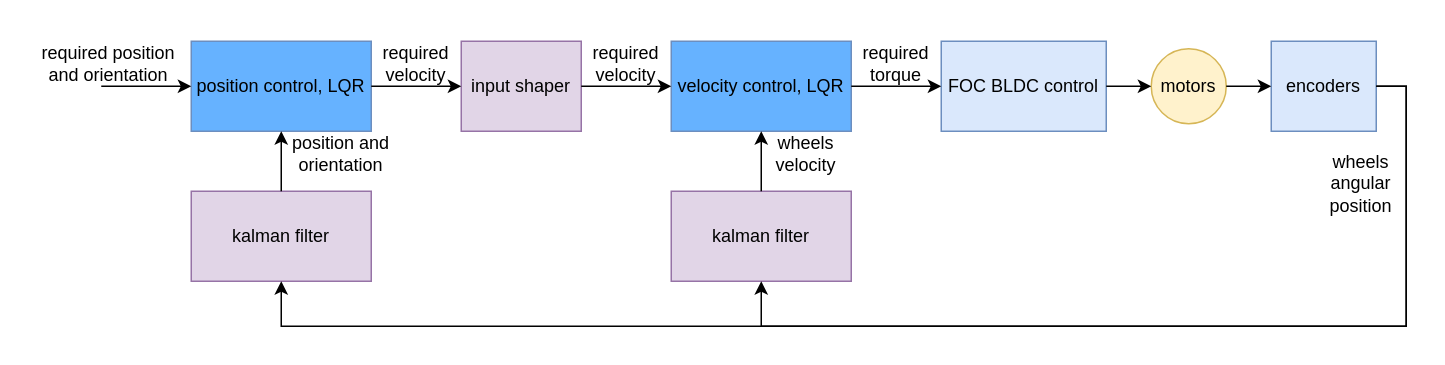
Earlier version of the draw.io diagram page "overview" (7 of 7) of doc/diagrams/control.drawio (michalnand/motoko_ice_dragon). Source tidied: cells renumbered, new cells numbered last; positions are measured from the earlier drawing's top-left corner, leaving out a move shared by most shapes. Both pictures are drawn from the tidied source at 150%, with x=0, y=0 at pixel (26, 40).
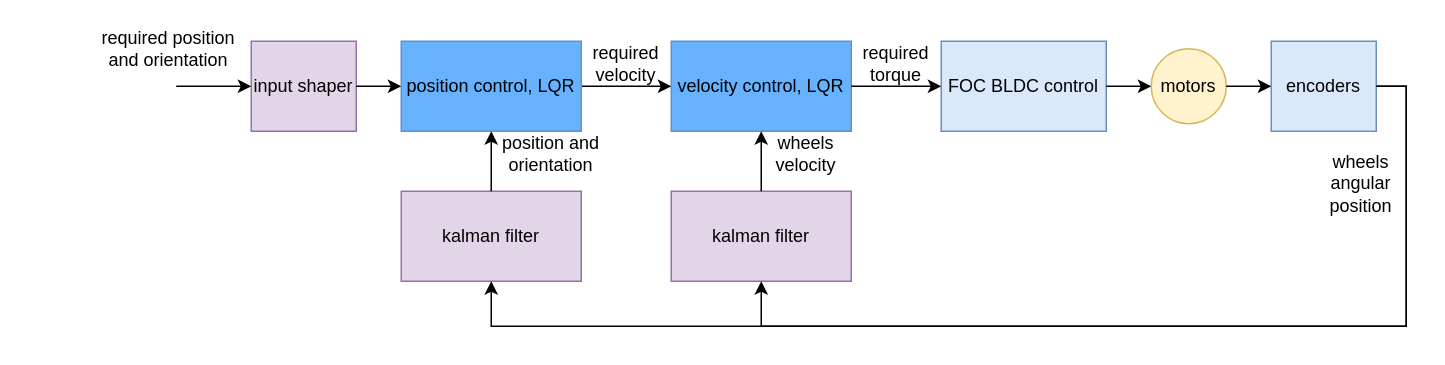
The same page after the edit.

Unchanged cells that the change refers to:
```xml
<mxCell id="5" value="encoders" style="rounded=0;whiteSpace=wrap;html=1;fillColor=#dae8fc;strokeColor=#6c8ebf;" parent="1" vertex="1">
  <mxGeometry x="830" width="70" height="60" as="geometry" />
</mxCell>
<mxCell id="7" value="velocity control, LQR" style="rounded=0;whiteSpace=wrap;html=1;fillColor=#66B2FF;strokeColor=#6c8ebf;" parent="1" vertex="1">
  <mxGeometry x="430" width="120" height="60" as="geometry" />
</mxCell>
```

What changed in the source:
```diff
@@
     <mxCell id="12" value="input shaper" style="rounded=0;whiteSpace=wrap;html=1;fillColor=#e1d5e7;strokeColor=#9673a6;" parent="1" vertex="1">
-      <mxGeometry x="290" width="80" height="60" as="geometry" />
+      <mxGeometry x="150" width="70" height="60" as="geometry" />
     </mxCell>
-    <mxCell id="13" style="endArrow=classic;html=1;rounded=0;entryX=0;entryY=0.5;entryDx=0;entryDy=0;exitX=1;exitY=0.5;exitDx=0;exitDy=0;" parent="1" edge="1" source="12" target="7">
+    <mxCell id="13" style="endArrow=classic;html=1;rounded=0;entryX=0;entryY=0.5;entryDx=0;entryDy=0;exitX=1;exitY=0.5;exitDx=0;exitDy=0;" parent="1" edge="1" source="18" target="7">
       <mxGeometry relative="1" as="geometry" />
     </mxCell>
-    <mxCell id="14" value="required velocity" style="text;html=1;strokeColor=none;fillColor=none;align=center;verticalAlign=middle;whiteSpace=wrap;rounded=0;" parent="1" vertex="1">
-      <mxGeometry x="370" width="60" height="30" as="geometry" />
-    </mxCell>
@@
     <mxCell id="18" value="position control, LQR" style="rounded=0;whiteSpace=wrap;html=1;fillColor=#66B2FF;strokeColor=#6c8ebf;" parent="1" vertex="1">
-      <mxGeometry x="110" width="120" height="60" as="geometry" />
+      <mxGeometry x="250" width="120" height="60" as="geometry" />
     </mxCell>
-    <mxCell id="19" style="endArrow=classic;html=1;rounded=0;entryX=0;entryY=0.5;entryDx=0;entryDy=0;exitX=1;exitY=0.5;exitDx=0;exitDy=0;" parent="1" edge="1" source="18" target="12">
-      <mxGeometry relative="1" as="geometry" />
-    </mxCell>
     <mxCell id="20" value="required velocity" style="text;html=1;strokeColor=none;fillColor=none;align=center;verticalAlign=middle;whiteSpace=wrap;rounded=0;" parent="1" vertex="1">
-      <mxGeometry x="230" width="60" height="30" as="geometry" />
+      <mxGeometry x="370" width="60" height="30" as="geometry" />
     </mxCell>
     <mxCell id="21" value="kalman filter" style="rounded=0;whiteSpace=wrap;html=1;fillColor=#e1d5e7;strokeColor=#9673a6;" parent="1" vertex="1">
-      <mxGeometry x="110" y="100" width="120" height="60" as="geometry" />
+      <mxGeometry x="250" y="100" width="120" height="60" as="geometry" />
     </mxCell>
@@
     <mxCell id="23" value="position and orientation" style="text;html=1;strokeColor=none;fillColor=none;align=center;verticalAlign=middle;whiteSpace=wrap;rounded=0;" parent="1" vertex="1">
-      <mxGeometry x="170" y="60" width="80" height="30" as="geometry" />
+      <mxGeometry x="310" y="60" width="80" height="30" as="geometry" />
     </mxCell>
     <mxCell id="24" style="endArrow=classic;html=1;rounded=0;entryX=0.5;entryY=1;entryDx=0;entryDy=0;exitX=1;exitY=0.5;exitDx=0;exitDy=0;" parent="1" edge="1" source="5" target="21">
       <mxGeometry relative="1" as="geometry">
         <Array as="points">
           <mxPoint x="920" y="30" />
           <mxPoint x="920" y="190" />
-          <mxPoint x="170" y="190" />
+          <mxPoint x="310" y="190" />
         </Array>
       </mxGeometry>
     </mxCell>
     <mxCell id="25" value="required position and orientation" style="text;html=1;strokeColor=none;fillColor=none;align=center;verticalAlign=middle;whiteSpace=wrap;rounded=0;" parent="1" vertex="1">
-      <mxGeometry width="110" height="30" as="geometry" />
+      <mxGeometry x="40" y="-10" width="110" height="30" as="geometry" />
     </mxCell>
-    <mxCell id="26" style="endArrow=classic;html=1;rounded=0;entryX=0;entryY=0.5;entryDx=0;entryDy=0;" parent="1" edge="1" target="18">
-      <mxGeometry relative="1" as="geometry">
-        <mxPoint x="50" y="30" as="sourcePoint" />
-      </mxGeometry>
+    <mxCell id="26" style="endArrow=classic;html=1;rounded=0;entryX=0;entryY=0.5;entryDx=0;entryDy=0;exitX=1;exitY=0.5;exitDx=0;exitDy=0;" parent="1" edge="1" source="12" target="18">
+      <mxGeometry relative="1" as="geometry" />
     </mxCell>
+    <mxCell id="27" style="endArrow=classic;html=1;rounded=0;entryX=0;entryY=0.5;entryDx=0;entryDy=0;" parent="1" edge="1" target="12">
+      <mxGeometry relative="1" as="geometry">
+        <mxPoint x="100" y="30" as="sourcePoint" />
+      </mxGeometry>
+    </mxCell>
```
